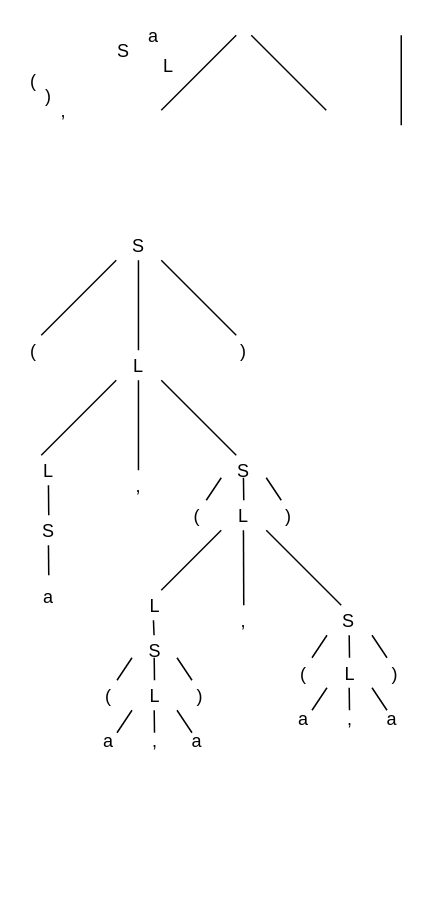
Before: Theory/2/1.drawio in xy3xy3/CompilerTheoryAssignment, a draw.io diagram. Source tidied: cells renumbered, new cells numbered last; positions are measured from the earlier drawing's top-left corner, leaving out a move shared by most shapes. Both pictures are drawn from the tidied source at 150%, with x=0, y=0 at pixel (26, 34).
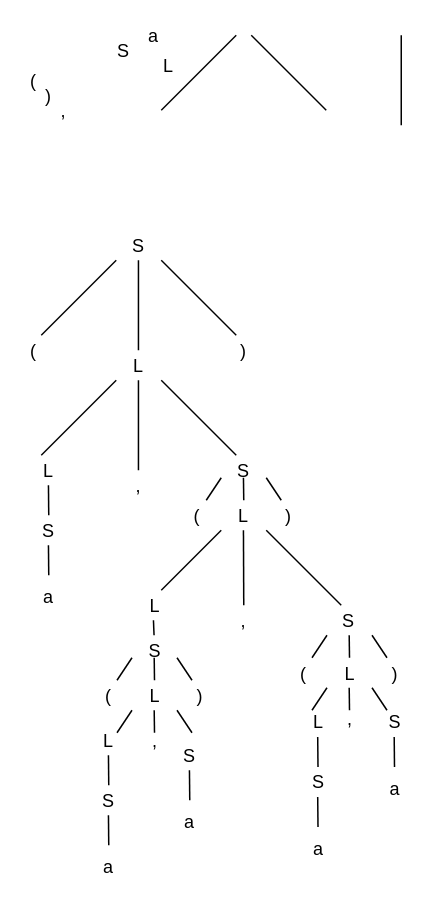
After the change.

Change to the diagram source:
```diff
@@
-    <mxCell id="52" value="a" style="text;html=1;align=center;verticalAlign=middle;whiteSpace=wrap;rounded=0;" parent="1" vertex="1">
-      <mxGeometry x="50" y="470" width="10" as="geometry" />
-    </mxCell>
-    <mxCell id="53" value="a" style="text;html=1;align=center;verticalAlign=middle;whiteSpace=wrap;rounded=0;" parent="1" vertex="1">
-      <mxGeometry x="109" y="470" width="10" as="geometry" />
-    </mxCell>
@@
-    <mxCell id="64" value="a" style="text;html=1;align=center;verticalAlign=middle;whiteSpace=wrap;rounded=0;" parent="1" vertex="1">
-      <mxGeometry x="180" y="455" width="10" as="geometry" />
-    </mxCell>
-    <mxCell id="65" value="a" style="text;html=1;align=center;verticalAlign=middle;whiteSpace=wrap;rounded=0;" parent="1" vertex="1">
-      <mxGeometry x="239" y="455" width="10" as="geometry" />
-    </mxCell>
+    <mxCell id="66" value="L" style="text;html=1;align=center;verticalAlign=middle;whiteSpace=wrap;rounded=0;" parent="1" vertex="1">
+      <mxGeometry x="50" y="470" width="10" as="geometry" />
+    </mxCell>
+    <mxCell id="67" style="endArrow=none;html=1;" parent="1" edge="1">
+      <mxGeometry relative="1" as="geometry">
+        <mxPoint x="55" y="500" as="sourcePoint" />
+        <mxPoint x="54.8" y="480" as="targetPoint" />
+      </mxGeometry>
+    </mxCell>
+    <mxCell id="68" value="S" style="text;html=1;align=center;verticalAlign=middle;whiteSpace=wrap;rounded=0;" parent="1" vertex="1">
+      <mxGeometry x="50" y="510" width="10" as="geometry" />
+    </mxCell>
+    <mxCell id="69" style="endArrow=none;html=1;" parent="1" edge="1">
+      <mxGeometry relative="1" as="geometry">
+        <mxPoint x="55" y="540" as="sourcePoint" />
+        <mxPoint x="54.8" y="520" as="targetPoint" />
+      </mxGeometry>
+    </mxCell>
+    <mxCell id="70" value="a" style="text;html=1;align=center;verticalAlign=middle;whiteSpace=wrap;rounded=0;" parent="1" vertex="1">
+      <mxGeometry x="50" y="554.5" width="10" as="geometry" />
+    </mxCell>
+    <mxCell id="71" value="S" style="text;html=1;align=center;verticalAlign=middle;whiteSpace=wrap;rounded=0;" parent="1" vertex="1">
+      <mxGeometry x="104" y="480" width="10" as="geometry" />
+    </mxCell>
+    <mxCell id="72" style="endArrow=none;html=1;" parent="1" edge="1">
+      <mxGeometry relative="1" as="geometry">
+        <mxPoint x="109" y="510" as="sourcePoint" />
+        <mxPoint x="108.8" y="490" as="targetPoint" />
+      </mxGeometry>
+    </mxCell>
+    <mxCell id="73" value="a" style="text;html=1;align=center;verticalAlign=middle;whiteSpace=wrap;rounded=0;" parent="1" vertex="1">
+      <mxGeometry x="104" y="524.5" width="10" as="geometry" />
+    </mxCell>
+    <mxCell id="74" value="S" style="text;html=1;align=center;verticalAlign=middle;whiteSpace=wrap;rounded=0;" parent="1" vertex="1">
+      <mxGeometry x="240.5" y="457.8" width="10" as="geometry" />
+    </mxCell>
+    <mxCell id="75" style="endArrow=none;html=1;" parent="1" edge="1">
+      <mxGeometry relative="1" as="geometry">
+        <mxPoint x="245.5" y="487.8" as="sourcePoint" />
+        <mxPoint x="245.3" y="467.8" as="targetPoint" />
+      </mxGeometry>
+    </mxCell>
+    <mxCell id="76" value="a" style="text;html=1;align=center;verticalAlign=middle;whiteSpace=wrap;rounded=0;" parent="1" vertex="1">
+      <mxGeometry x="240.5" y="502.2" width="10" as="geometry" />
+    </mxCell>
+    <mxCell id="77" value="L" style="text;html=1;align=center;verticalAlign=middle;whiteSpace=wrap;rounded=0;" parent="1" vertex="1">
+      <mxGeometry x="189.5" y="457.8" width="10" as="geometry" />
+    </mxCell>
+    <mxCell id="78" style="endArrow=none;html=1;" parent="1" edge="1">
+      <mxGeometry relative="1" as="geometry">
+        <mxPoint x="194.5" y="487.8" as="sourcePoint" />
+        <mxPoint x="194.3" y="467.8" as="targetPoint" />
+      </mxGeometry>
+    </mxCell>
+    <mxCell id="79" value="S" style="text;html=1;align=center;verticalAlign=middle;whiteSpace=wrap;rounded=0;" parent="1" vertex="1">
+      <mxGeometry x="189.5" y="497.8" width="10" as="geometry" />
+    </mxCell>
+    <mxCell id="80" style="endArrow=none;html=1;" parent="1" edge="1">
+      <mxGeometry relative="1" as="geometry">
+        <mxPoint x="194.5" y="527.8" as="sourcePoint" />
+        <mxPoint x="194.3" y="507.8" as="targetPoint" />
+      </mxGeometry>
+    </mxCell>
+    <mxCell id="81" value="a" style="text;html=1;align=center;verticalAlign=middle;whiteSpace=wrap;rounded=0;" parent="1" vertex="1">
+      <mxGeometry x="189.5" y="542.2" width="10" as="geometry" />
+    </mxCell>
```
